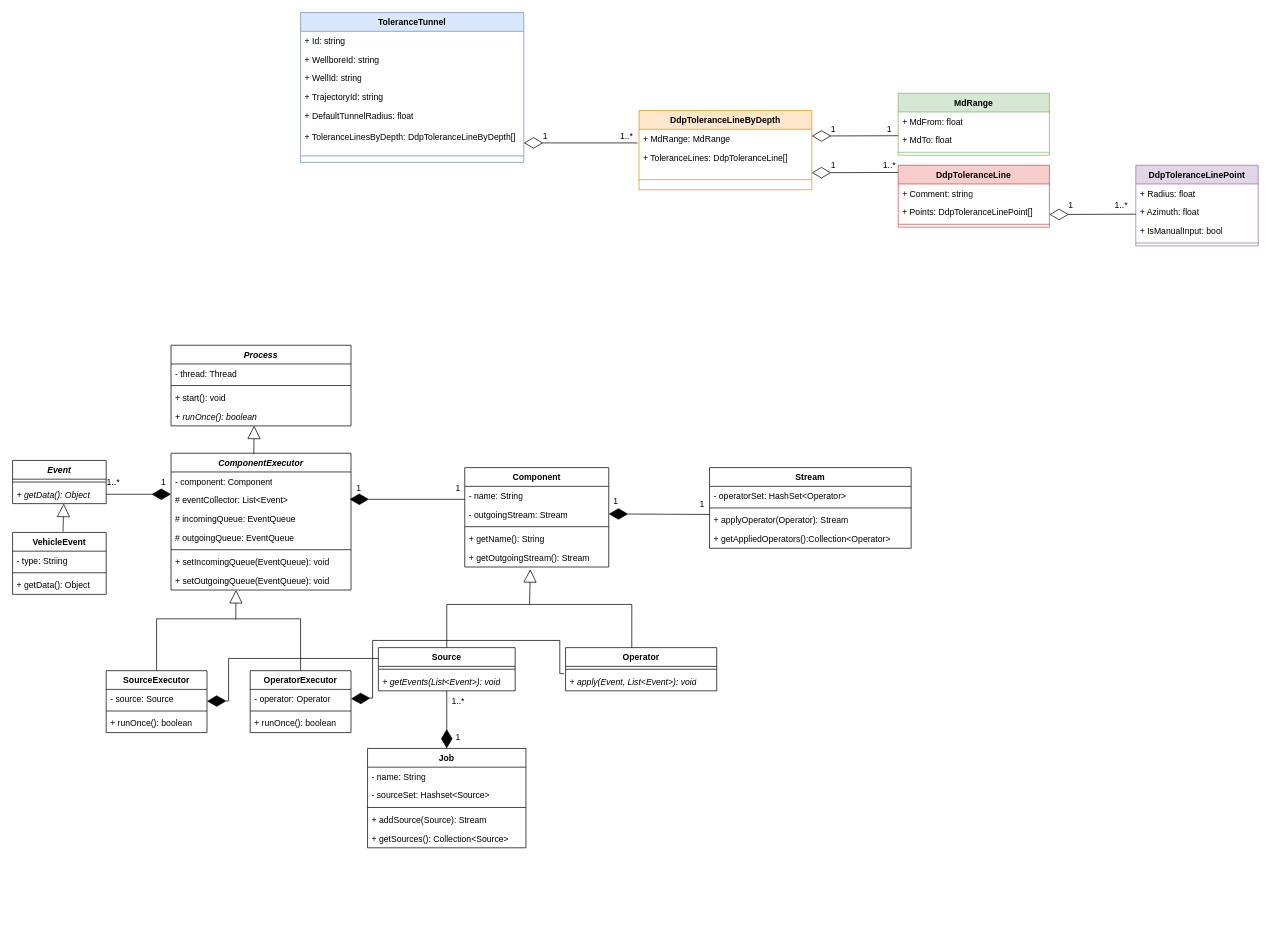
Earlier version of the draw.io diagram UML_Diagram.drawio (baoqger/drawing.io). Source tidied: cells renumbered, new cells numbered last; positions are measured from the earlier drawing's top-left corner, leaving out a move shared by most shapes. Both pictures are drawn from the tidied source at 72%, with x=0, y=0 at pixel (12, 12).
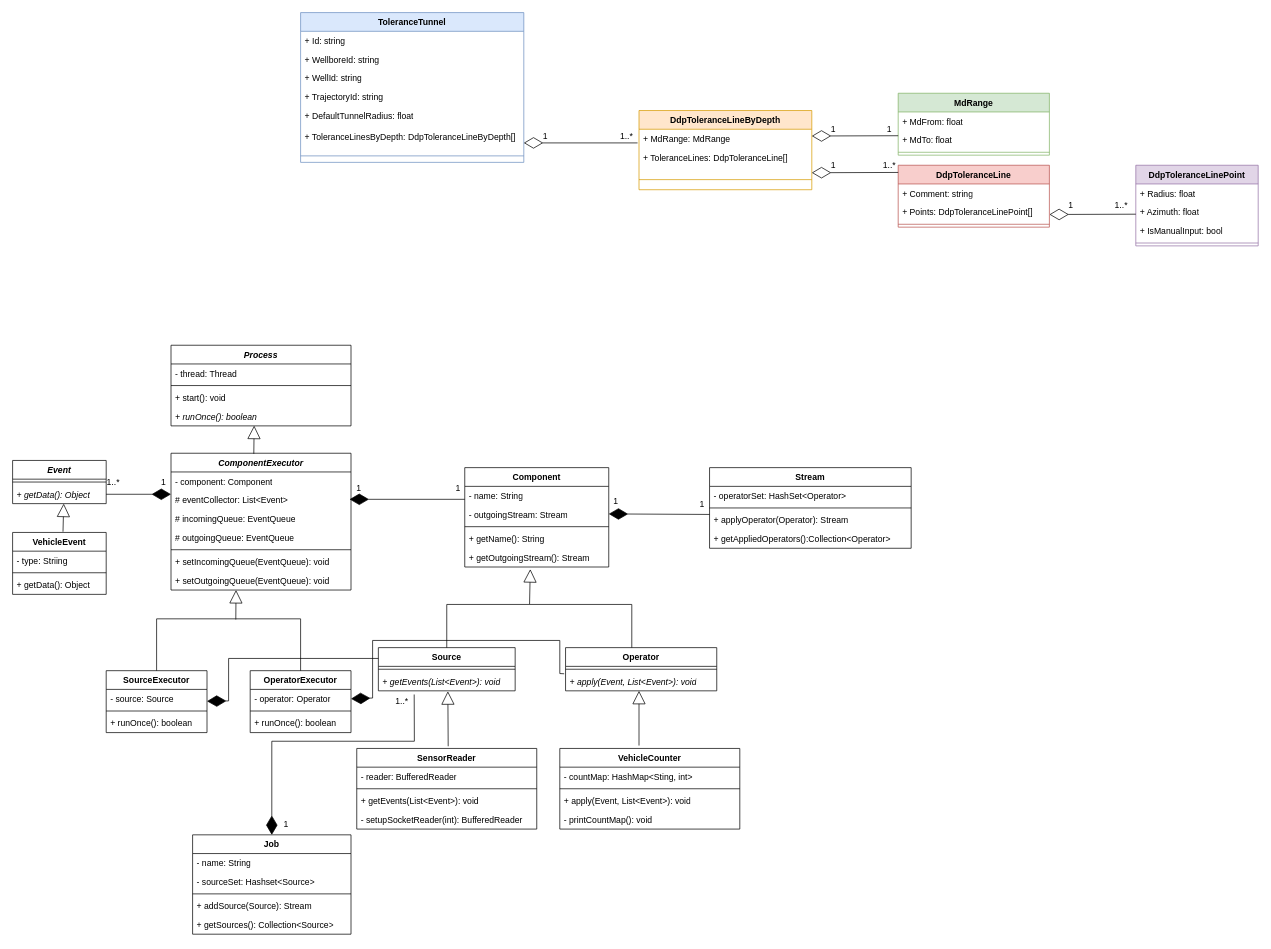
The same diagram, later.

The change refers to these unchanged cells:
```xml
<mxCell id="48" value="&lt;i&gt;+ getEvents(List&amp;lt;Event&amp;gt;): void&lt;/i&gt;" style="text;strokeColor=none;fillColor=none;align=left;verticalAlign=top;spacingLeft=4;spacingRight=4;overflow=hidden;points=[[0,0.5],[1,0.5]];portConstraint=eastwest;whiteSpace=wrap;html=1;" parent="46" vertex="1">
  <mxGeometry y="34" width="190" height="26" as="geometry" />
</mxCell>
```

Diff of the diagram source:
```diff
@@
     <mxCell id="62" value="Job" style="swimlane;fontStyle=1;align=center;verticalAlign=top;horizontal=1;startSize=26;whiteSpace=wrap;html=1;" parent="1" vertex="1">
-      <mxGeometry x="493" y="1022" width="220" height="138" as="geometry" />
+      <mxGeometry x="250" y="1142" width="220" height="138" as="geometry" />
     </mxCell>
@@
-    <mxCell id="68" style="endArrow=diamondThin;endFill=1;endSize=24;html=1;rounded=0;entryX=0.5;entryY=0;entryDx=0;entryDy=0;" parent="1" edge="1" source="48" target="62">
-      <mxGeometry relative="1" as="geometry" />
+    <mxCell id="68" style="endArrow=diamondThin;endFill=1;endSize=24;html=1;rounded=0;entryX=0.5;entryY=0;entryDx=0;entryDy=0;exitX=0.262;exitY=1.194;exitDx=0;exitDy=0;exitPerimeter=0;" parent="1" edge="1" source="48" target="62">
+      <mxGeometry relative="1" as="geometry">
+        <Array as="points">
+          <mxPoint x="558" y="1012" />
+          <mxPoint x="360" y="1012" />
+        </Array>
+      </mxGeometry>
     </mxCell>
     <mxCell id="69" value="1" style="text;html=1;align=center;verticalAlign=middle;whiteSpace=wrap;rounded=0;" parent="1" vertex="1">
-      <mxGeometry x="589" y="992" width="60" height="30" as="geometry" />
+      <mxGeometry x="350" y="1112" width="60" height="30" as="geometry" />
     </mxCell>
     <mxCell id="70" value="1..*" style="text;html=1;align=center;verticalAlign=middle;whiteSpace=wrap;rounded=0;" parent="1" vertex="1">
-      <mxGeometry x="589" y="942" width="60" height="30" as="geometry" />
+      <mxGeometry x="511" y="942" width="60" height="30" as="geometry" />
     </mxCell>
@@
+    <mxCell id="112" value="SensorReader" style="swimlane;fontStyle=1;align=center;verticalAlign=top;horizontal=1;startSize=26;whiteSpace=wrap;html=1;" parent="1" vertex="1">
+      <mxGeometry x="478" y="1022" width="250" height="112" as="geometry" />
+    </mxCell>
+    <mxCell id="113" value="- reader: BufferedReader" style="text;strokeColor=none;fillColor=none;align=left;verticalAlign=top;spacingLeft=4;spacingRight=4;overflow=hidden;whiteSpace=wrap;html=1;" parent="112" vertex="1">
+      <mxGeometry y="26" width="250" height="26" as="geometry" />
+    </mxCell>
+    <mxCell id="114" style="line;strokeWidth=1;fillColor=none;align=left;verticalAlign=middle;spacingTop=-1;spacingLeft=3;spacingRight=3;labelPosition=right;strokeColor=inherit;" parent="112" vertex="1">
+      <mxGeometry y="52" width="250" height="8" as="geometry" />
+    </mxCell>
+    <mxCell id="115" value="+ getEvents(List&amp;lt;Event&amp;gt;): void" style="text;strokeColor=none;fillColor=none;align=left;verticalAlign=top;spacingLeft=4;spacingRight=4;overflow=hidden;whiteSpace=wrap;html=1;" parent="112" vertex="1">
+      <mxGeometry y="60" width="250" height="26" as="geometry" />
+    </mxCell>
+    <mxCell id="116" value="- setupSocketReader(int): BufferedReader" style="text;strokeColor=none;fillColor=none;align=left;verticalAlign=top;spacingLeft=4;spacingRight=4;overflow=hidden;whiteSpace=wrap;html=1;" parent="112" vertex="1">
+      <mxGeometry y="86" width="250" height="26" as="geometry" />
+    </mxCell>
+    <mxCell id="117" style="endArrow=block;endSize=16;endFill=0;html=1;rounded=0;entryX=0.508;entryY=1.023;entryDx=0;entryDy=0;entryPerimeter=0;" parent="1" edge="1" target="48">
+      <mxGeometry relative="1" as="geometry">
+        <mxPoint x="605" y="1019" as="sourcePoint" />
+      </mxGeometry>
+    </mxCell>
+    <mxCell id="118" value="VehicleCounter" style="swimlane;fontStyle=1;align=center;verticalAlign=top;horizontal=1;startSize=26;whiteSpace=wrap;html=1;" parent="1" vertex="1">
+      <mxGeometry x="760" y="1022" width="250" height="112" as="geometry" />
+    </mxCell>
+    <mxCell id="119" value="- countMap: HashMap&amp;lt;Sting, int&amp;gt;" style="text;strokeColor=none;fillColor=none;align=left;verticalAlign=top;spacingLeft=4;spacingRight=4;overflow=hidden;whiteSpace=wrap;html=1;" parent="118" vertex="1">
+      <mxGeometry y="26" width="250" height="26" as="geometry" />
+    </mxCell>
+    <mxCell id="120" style="line;strokeWidth=1;fillColor=none;align=left;verticalAlign=middle;spacingTop=-1;spacingLeft=3;spacingRight=3;labelPosition=right;strokeColor=inherit;" parent="118" vertex="1">
+      <mxGeometry y="52" width="250" height="8" as="geometry" />
+    </mxCell>
+    <mxCell id="121" value="+ apply(Event, List&amp;lt;Event&amp;gt;): void" style="text;strokeColor=none;fillColor=none;align=left;verticalAlign=top;spacingLeft=4;spacingRight=4;overflow=hidden;whiteSpace=wrap;html=1;" parent="118" vertex="1">
+      <mxGeometry y="60" width="250" height="26" as="geometry" />
+    </mxCell>
+    <mxCell id="122" value="- printCountMap(): void" style="text;strokeColor=none;fillColor=none;align=left;verticalAlign=top;spacingLeft=4;spacingRight=4;overflow=hidden;whiteSpace=wrap;html=1;" parent="118" vertex="1">
+      <mxGeometry y="86" width="250" height="26" as="geometry" />
+    </mxCell>
+    <mxCell id="123" style="endArrow=block;endSize=16;endFill=0;html=1;rounded=0;entryX=0.508;entryY=1.023;entryDx=0;entryDy=0;entryPerimeter=0;" parent="1" edge="1">
+      <mxGeometry relative="1" as="geometry">
+        <mxPoint x="870" y="1018" as="sourcePoint" />
+        <mxPoint x="870" y="942" as="targetPoint" />
+      </mxGeometry>
+    </mxCell>
```
